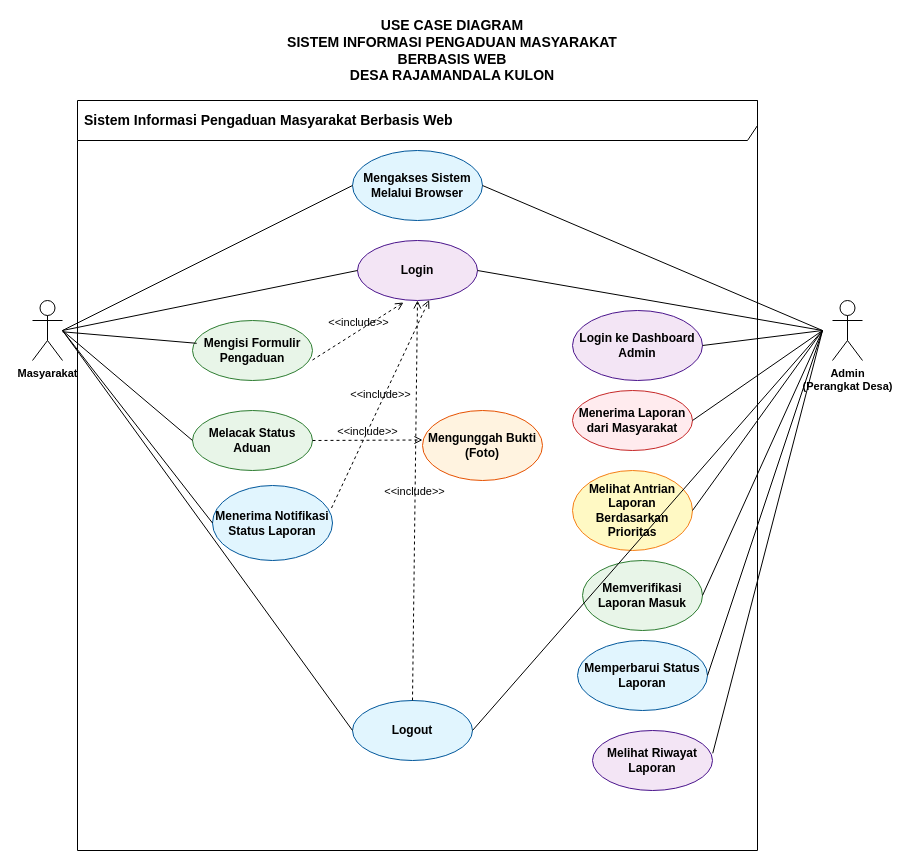
Earlier version of the draw.io diagram use-case.drawio (mzaedan/laporaja). Source tidied: cells renumbered, new cells numbered last; positions are measured from the earlier drawing's top-left corner, leaving out a move shared by most shapes. Both pictures are drawn from the tidied source at 100%, with x=0, y=0 at pixel (32, 20).
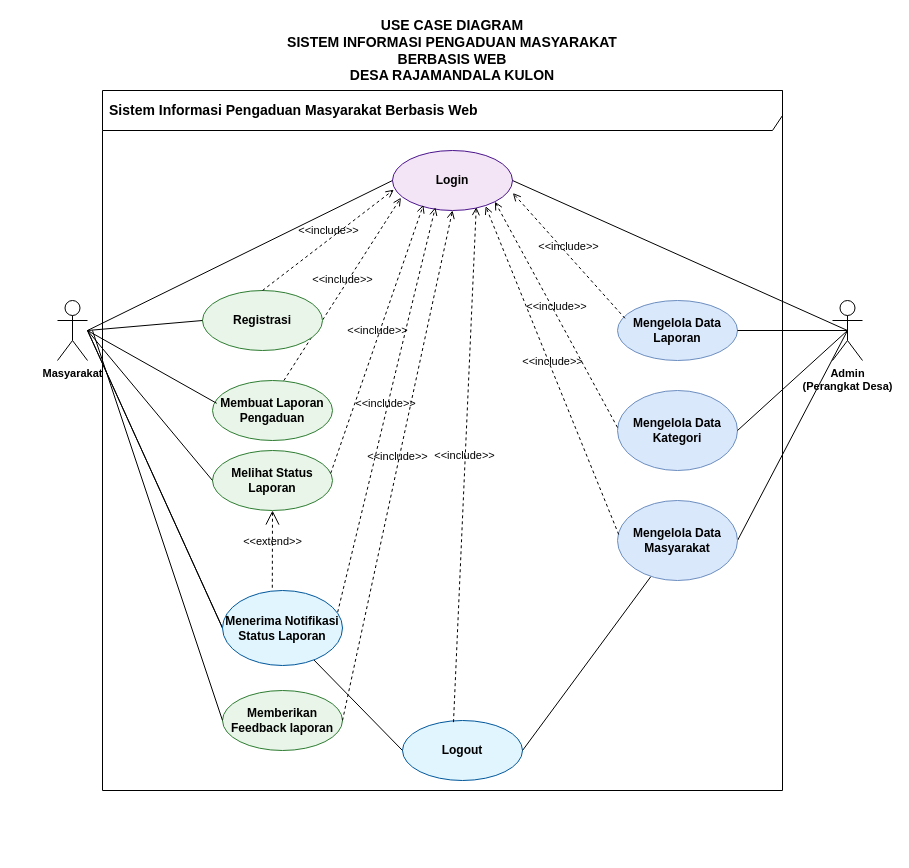
The same diagram, later.

Diff of the diagram source:
```diff
@@
     <mxCell id="3" value="&lt;font style=&quot;font-size: 14px;&quot;&gt;Sistem Informasi Pengaduan Masyarakat Berbasis Web&lt;/font&gt;" style="shape=umlFrame;whiteSpace=wrap;html=1;width=680;height=40;boundedLbl=1;verticalAlign=middle;align=left;spacingLeft=5;fontSize=12;fontStyle=1;" parent="1" vertex="1">
-      <mxGeometry x="45" y="80" width="680" height="750" as="geometry" />
+      <mxGeometry x="70" y="70" width="680" height="700" as="geometry" />
     </mxCell>
     <mxCell id="4" value="Masyarakat" style="shape=umlActor;verticalLabelPosition=bottom;verticalAlign=top;html=1;outlineConnect=0;fontSize=11;fontStyle=1;" parent="1" vertex="1">
-      <mxGeometry y="280" width="30" height="60" as="geometry" />
+      <mxGeometry x="25" y="280" width="30" height="60" as="geometry" />
     </mxCell>
@@
-    <mxCell id="6" value="&lt;font style=&quot;font-size: 12px;&quot;&gt;&lt;b&gt;Mengakses Sistem&lt;br&gt;Melalui Browser&lt;/b&gt;&lt;/font&gt;" style="ellipse;whiteSpace=wrap;html=1;fontSize=10;fillColor=#e1f5fe;strokeColor=#01579b;" parent="1" vertex="1">
-      <mxGeometry x="320" y="130" width="130" height="70" as="geometry" />
-    </mxCell>
     <mxCell id="7" value="&lt;font style=&quot;font-size: 12px;&quot;&gt;&lt;b&gt;Login&lt;/b&gt;&lt;/font&gt;" style="ellipse;whiteSpace=wrap;html=1;fontSize=10;fillColor=#f3e5f5;strokeColor=#4a148c;" parent="1" vertex="1">
-      <mxGeometry x="325" y="220" width="120" height="60" as="geometry" />
+      <mxGeometry x="360" y="130" width="120" height="60" as="geometry" />
     </mxCell>
-    <mxCell id="8" value="&lt;font style=&quot;font-size: 12px;&quot;&gt;&lt;b&gt;Mengisi Formulir&lt;br&gt;Pengaduan&lt;/b&gt;&lt;/font&gt;" style="ellipse;whiteSpace=wrap;html=1;fontSize=10;fillColor=#e8f5e8;strokeColor=#2e7d32;" parent="1" vertex="1">
-      <mxGeometry x="160" y="300" width="120" height="60" as="geometry" />
+    <mxCell id="8" value="&lt;span style=&quot;font-size: 12px;&quot;&gt;&lt;b&gt;Membuat Laporan Pengaduan&lt;/b&gt;&lt;/span&gt;" style="ellipse;whiteSpace=wrap;html=1;fontSize=10;fillColor=#e8f5e8;strokeColor=#2e7d32;" parent="1" vertex="1">
+      <mxGeometry x="180" y="360" width="120" height="60" as="geometry" />
     </mxCell>
-    <mxCell id="9" value="&lt;b&gt;&lt;font style=&quot;font-size: 12px;&quot;&gt;Mengunggah Bukti&lt;br&gt;(Foto)&lt;/font&gt;&lt;/b&gt;" style="ellipse;whiteSpace=wrap;html=1;fontSize=10;fillColor=#fff3e0;strokeColor=#e65100;" parent="1" vertex="1">
-      <mxGeometry x="390" y="390" width="120" height="70" as="geometry" />
-    </mxCell>
-    <mxCell id="10" value="&lt;font style=&quot;font-size: 12px;&quot;&gt;&lt;b&gt;Melacak Status&lt;br&gt;Aduan&lt;/b&gt;&lt;/font&gt;" style="ellipse;whiteSpace=wrap;html=1;fontSize=10;fillColor=#e8f5e8;strokeColor=#2e7d32;" parent="1" vertex="1">
-      <mxGeometry x="160" y="390" width="120" height="60" as="geometry" />
+    <mxCell id="10" value="&lt;span style=&quot;font-size: 12px;&quot;&gt;&lt;b&gt;Melihat Status Laporan&lt;/b&gt;&lt;/span&gt;" style="ellipse;whiteSpace=wrap;html=1;fontSize=10;fillColor=#e8f5e8;strokeColor=#2e7d32;" parent="1" vertex="1">
+      <mxGeometry x="180" y="430" width="120" height="60" as="geometry" />
     </mxCell>
-    <mxCell id="11" value="&lt;b&gt;&lt;font style=&quot;font-size: 12px;&quot;&gt;Menerima Notifikasi&lt;br&gt;Status Laporan&lt;/font&gt;&lt;/b&gt;" style="ellipse;whiteSpace=wrap;html=1;fontSize=10;fillColor=#e1f5fe;strokeColor=#01579b;" parent="1" vertex="1">
-      <mxGeometry x="180" y="465" width="120" height="75" as="geometry" />
-    </mxCell>
-    <mxCell id="12" value="&lt;b&gt;&lt;font style=&quot;font-size: 12px;&quot;&gt;Login ke Dashboard&lt;br&gt;Admin&lt;/font&gt;&lt;/b&gt;" style="ellipse;whiteSpace=wrap;html=1;fontSize=10;fillColor=#f3e5f5;strokeColor=#4a148c;" parent="1" vertex="1">
-      <mxGeometry x="540" y="290" width="130" height="70" as="geometry" />
-    </mxCell>
-    <mxCell id="13" value="&lt;b&gt;&lt;font style=&quot;font-size: 12px;&quot;&gt;Menerima Laporan&lt;br&gt;dari Masyarakat&lt;/font&gt;&lt;/b&gt;" style="ellipse;whiteSpace=wrap;html=1;fontSize=10;fillColor=#ffebee;strokeColor=#c62828;" parent="1" vertex="1">
-      <mxGeometry x="540" y="370" width="120" height="60" as="geometry" />
+    <mxCell id="13" value="&lt;span style=&quot;font-size: 12px;&quot;&gt;&lt;b&gt;Mengelola Data Laporan&lt;/b&gt;&lt;/span&gt;" style="ellipse;whiteSpace=wrap;html=1;fontSize=10;fillColor=#dae8fc;strokeColor=#6c8ebf;" parent="1" vertex="1">
+      <mxGeometry x="585" y="280" width="120" height="60" as="geometry" />
     </mxCell>
-    <mxCell id="14" value="&lt;b&gt;&lt;font style=&quot;font-size: 12px;&quot;&gt;Melihat Antrian&lt;br&gt;Laporan Berdasarkan&lt;br&gt;Prioritas&lt;/font&gt;&lt;/b&gt;" style="ellipse;whiteSpace=wrap;html=1;fontSize=9;fillColor=#fff9c4;strokeColor=#f57f17;" parent="1" vertex="1">
-      <mxGeometry x="540" y="450" width="120" height="80" as="geometry" />
+    <mxCell id="14" value="&lt;span style=&quot;font-size: 12px;&quot;&gt;&lt;b&gt;Mengelola Data Kategori&lt;/b&gt;&lt;/span&gt;" style="ellipse;whiteSpace=wrap;html=1;fontSize=9;fillColor=#dae8fc;strokeColor=#6c8ebf;" parent="1" vertex="1">
+      <mxGeometry x="585" y="370" width="120" height="80" as="geometry" />
     </mxCell>
-    <mxCell id="15" value="&lt;b&gt;&lt;font style=&quot;font-size: 12px;&quot;&gt;Memverifikasi&lt;br&gt;Laporan Masuk&lt;/font&gt;&lt;/b&gt;" style="ellipse;whiteSpace=wrap;html=1;fontSize=10;fillColor=#e8f5e8;strokeColor=#2e7d32;" parent="1" vertex="1">
-      <mxGeometry x="550" y="540" width="120" height="70" as="geometry" />
-    </mxCell>
-    <mxCell id="16" value="&lt;b&gt;&lt;font style=&quot;font-size: 12px;&quot;&gt;Memperbarui Status&lt;br&gt;Laporan&lt;/font&gt;&lt;/b&gt;" style="ellipse;whiteSpace=wrap;html=1;fontSize=10;fillColor=#e1f5fe;strokeColor=#01579b;" parent="1" vertex="1">
-      <mxGeometry x="545" y="620" width="130" height="70" as="geometry" />
-    </mxCell>
-    <mxCell id="17" value="&lt;b&gt;&lt;font style=&quot;font-size: 12px;&quot;&gt;Melihat Riwayat&lt;br&gt;Laporan&lt;/font&gt;&lt;/b&gt;" style="ellipse;whiteSpace=wrap;html=1;fontSize=10;fillColor=#f3e5f5;strokeColor=#4a148c;" parent="1" vertex="1">
-      <mxGeometry x="560" y="710" width="120" height="60" as="geometry" />
-    </mxCell>
-    <mxCell id="18" style="endArrow=none;html=1;rounded=0;entryX=0.035;entryY=0.38;entryDx=0;entryDy=0;entryPerimeter=0;" parent="1" edge="1" source="4" target="8">
-      <mxGeometry relative="1" as="geometry" />
+    <mxCell id="18" style="endArrow=none;html=1;rounded=0;entryX=0.035;entryY=0.38;entryDx=0;entryDy=0;entryPerimeter=0;" parent="1" edge="1" target="8">
+      <mxGeometry relative="1" as="geometry">
+        <mxPoint x="55" y="310" as="sourcePoint" />
+      </mxGeometry>
     </mxCell>
     <mxCell id="19" value="&lt;font style=&quot;font-size: 12px;&quot;&gt;&lt;b&gt;Logout&lt;/b&gt;&lt;/font&gt;" style="ellipse;whiteSpace=wrap;html=1;fontSize=10;fillColor=#e1f5fe;strokeColor=#01579b;" parent="1" vertex="1">
-      <mxGeometry x="320" y="680" width="120" height="60" as="geometry" />
+      <mxGeometry x="370" y="700" width="120" height="60" as="geometry" />
     </mxCell>
-    <mxCell id="20" style="endArrow=none;html=1;rounded=0;entryX=0;entryY=0.5;entryDx=0;entryDy=0;" parent="1" edge="1" target="6">
-      <mxGeometry relative="1" as="geometry">
-        <mxPoint x="30" y="310" as="sourcePoint" />
-      </mxGeometry>
-    </mxCell>
-    <mxCell id="21" style="endArrow=none;html=1;rounded=0;exitX=1;exitY=0.5;exitDx=0;exitDy=0;" parent="1" edge="1" source="6">
-      <mxGeometry relative="1" as="geometry">
-        <mxPoint x="790" y="310" as="targetPoint" />
-      </mxGeometry>
-    </mxCell>
     <mxCell id="22" style="endArrow=none;html=1;rounded=0;entryX=0;entryY=0.5;entryDx=0;entryDy=0;" parent="1" edge="1" target="7">
       <mxGeometry relative="1" as="geometry">
-        <mxPoint x="30" y="310" as="sourcePoint" />
+        <mxPoint x="55" y="310" as="sourcePoint" />
       </mxGeometry>
     </mxCell>
     <mxCell id="23" style="endArrow=none;html=1;rounded=0;exitX=1;exitY=0.5;exitDx=0;exitDy=0;" parent="1" edge="1" source="7">
       <mxGeometry relative="1" as="geometry">
-        <mxPoint x="790" y="310" as="targetPoint" />
+        <mxPoint x="815" y="310" as="targetPoint" />
       </mxGeometry>
     </mxCell>
     <mxCell id="24" style="endArrow=none;html=1;rounded=0;entryX=0;entryY=0.5;entryDx=0;entryDy=0;" parent="1" edge="1" target="10">
       <mxGeometry relative="1" as="geometry">
-        <mxPoint x="30" y="310" as="sourcePoint" />
+        <mxPoint x="55" y="310" as="sourcePoint" />
       </mxGeometry>
     </mxCell>
     <mxCell id="25" style="endArrow=none;html=1;rounded=0;entryX=0;entryY=0.5;entryDx=0;entryDy=0;" parent="1" edge="1" target="11">
       <mxGeometry relative="1" as="geometry">
-        <mxPoint x="30" y="310" as="sourcePoint" />
+        <mxPoint x="55" y="310" as="sourcePoint" />
       </mxGeometry>
     </mxCell>
-    <mxCell id="26" value="&amp;lt;&amp;lt;include&amp;gt;&amp;gt;" style="html=1;verticalAlign=bottom;labelBackgroundColor=none;endArrow=open;endFill=0;dashed=1;rounded=0;exitX=1;exitY=0.5;exitDx=0;exitDy=0;" parent="1" edge="1" source="10">
-      <mxGeometry relative="1" as="geometry">
-        <mxPoint x="390" y="419.5" as="targetPoint" />
-      </mxGeometry>
-    </mxCell>
-    <mxCell id="27" style="endArrow=none;html=1;rounded=0;exitX=1;exitY=0.5;exitDx=0;exitDy=0;" parent="1" edge="1" source="12">
-      <mxGeometry relative="1" as="geometry">
-        <mxPoint x="790" y="310" as="targetPoint" />
-      </mxGeometry>
-    </mxCell>
     <mxCell id="28" style="endArrow=none;html=1;rounded=0;exitX=1;exitY=0.5;exitDx=0;exitDy=0;" parent="1" edge="1" source="13">
       <mxGeometry relative="1" as="geometry">
-        <mxPoint x="790" y="310" as="targetPoint" />
+        <mxPoint x="815" y="310" as="targetPoint" />
       </mxGeometry>
     </mxCell>
     <mxCell id="29" style="endArrow=none;html=1;rounded=0;exitX=1;exitY=0.5;exitDx=0;exitDy=0;" parent="1" edge="1" source="14">
       <mxGeometry relative="1" as="geometry">
-        <mxPoint x="790" y="310" as="targetPoint" />
+        <mxPoint x="815" y="310" as="targetPoint" />
       </mxGeometry>
     </mxCell>
-    <mxCell id="30" style="endArrow=none;html=1;rounded=0;exitX=1;exitY=0.5;exitDx=0;exitDy=0;" parent="1" edge="1" source="15">
-      <mxGeometry relative="1" as="geometry">
-        <mxPoint x="790" y="310" as="targetPoint" />
-      </mxGeometry>
-    </mxCell>
-    <mxCell id="31" style="endArrow=none;html=1;rounded=0;exitX=1;exitY=0.5;exitDx=0;exitDy=0;" parent="1" edge="1" source="16">
-      <mxGeometry relative="1" as="geometry">
-        <mxPoint x="790" y="310" as="targetPoint" />
-      </mxGeometry>
-    </mxCell>
-    <mxCell id="32" style="endArrow=none;html=1;rounded=0;exitX=1.002;exitY=0.38;exitDx=0;exitDy=0;exitPerimeter=0;" parent="1" edge="1" source="17">
-      <mxGeometry relative="1" as="geometry">
-        <mxPoint x="790" y="310" as="targetPoint" />
-      </mxGeometry>
-    </mxCell>
-    <mxCell id="33" style="endArrow=none;html=1;rounded=0;entryX=0;entryY=0.5;entryDx=0;entryDy=0;" parent="1" edge="1" target="19">
-      <mxGeometry relative="1" as="geometry">
-        <mxPoint x="30" y="310" as="sourcePoint" />
-      </mxGeometry>
+    <mxCell id="33" style="endArrow=none;html=1;rounded=0;entryX=0;entryY=0.5;entryDx=0;entryDy=0;" parent="1" edge="1" source="11" target="19">
+      <mxGeometry relative="1" as="geometry" />
     </mxCell>
-    <mxCell id="34" style="endArrow=none;html=1;rounded=0;exitX=1;exitY=0.5;exitDx=0;exitDy=0;" parent="1" edge="1" source="19">
+    <mxCell id="34" style="endArrow=none;html=1;rounded=0;exitX=1;exitY=0.5;exitDx=0;exitDy=0;" parent="1" edge="1" source="47">
       <mxGeometry relative="1" as="geometry">
-        <mxPoint x="790" y="310" as="targetPoint" />
+        <mxPoint x="815" y="310" as="targetPoint" />
       </mxGeometry>
     </mxCell>
-    <mxCell id="35" value="&amp;lt;&amp;lt;include&amp;gt;&amp;gt;" style="html=1;verticalAlign=bottom;labelBackgroundColor=none;endArrow=open;endFill=0;dashed=1;rounded=0;exitX=1;exitY=0.5;exitDx=0;exitDy=0;entryX=0.383;entryY=1.033;entryDx=0;entryDy=0;entryPerimeter=0;" parent="1" edge="1" target="7">
-      <mxGeometry relative="1" as="geometry">
-        <mxPoint x="280" y="339.5" as="sourcePoint" />
-      </mxGeometry>
-    </mxCell>
-    <mxCell id="36" value="&amp;lt;&amp;lt;include&amp;gt;&amp;gt;" style="html=1;verticalAlign=bottom;labelBackgroundColor=none;endArrow=open;endFill=0;dashed=1;rounded=0;exitX=1;exitY=0.5;exitDx=0;exitDy=0;entryX=0.597;entryY=0.993;entryDx=0;entryDy=0;entryPerimeter=0;" parent="1" edge="1" target="7">
-      <mxGeometry relative="1" as="geometry">
-        <mxPoint x="299" y="487.5" as="sourcePoint" />
-      </mxGeometry>
-    </mxCell>
-    <mxCell id="37" value="&amp;lt;&amp;lt;include&amp;gt;&amp;gt;" style="html=1;verticalAlign=bottom;labelBackgroundColor=none;endArrow=open;endFill=0;dashed=1;rounded=0;exitX=1;exitY=0.5;exitDx=0;exitDy=0;entryX=0.5;entryY=1;entryDx=0;entryDy=0;" parent="1" edge="1" target="7">
-      <mxGeometry relative="1" as="geometry">
-        <mxPoint x="380" y="680" as="sourcePoint" />
-      </mxGeometry>
+    <mxCell id="37" value="&amp;lt;&amp;lt;include&amp;gt;&amp;gt;" style="html=1;verticalAlign=bottom;labelBackgroundColor=none;endArrow=open;endFill=0;dashed=1;rounded=0;entryX=0.698;entryY=0.944;entryDx=0;entryDy=0;exitX=0.425;exitY=0.027;exitDx=0;exitDy=0;exitPerimeter=0;entryPerimeter=0;" parent="1" edge="1" source="19" target="7">
+      <mxGeometry relative="1" as="geometry" />
     </mxCell>
+    <mxCell id="38" value="&amp;lt;&amp;lt;extend&amp;gt;&amp;gt;" style="edgeStyle=none;html=1;startArrow=open;endArrow=none;startSize=12;verticalAlign=bottom;dashed=1;labelBackgroundColor=none;rounded=0;entryX=0.415;entryY=-0.021;entryDx=0;entryDy=0;entryPerimeter=0;" parent="1" edge="1" source="10" target="11">
+      <mxGeometry x="0.01" relative="1" as="geometry" />
+    </mxCell>
+    <mxCell id="39" value="&amp;lt;&amp;lt;include&amp;gt;&amp;gt;" style="html=1;verticalAlign=bottom;labelBackgroundColor=none;endArrow=open;endFill=0;dashed=1;rounded=0;entryX=0.257;entryY=0.907;entryDx=0;entryDy=0;entryPerimeter=0;exitX=0.985;exitY=0.38;exitDx=0;exitDy=0;exitPerimeter=0;" parent="1" edge="1" source="10" target="7">
+      <mxGeometry relative="1" as="geometry" />
+    </mxCell>
+    <mxCell id="40" value="&amp;lt;&amp;lt;include&amp;gt;&amp;gt;" style="html=1;verticalAlign=bottom;labelBackgroundColor=none;endArrow=open;endFill=0;dashed=1;rounded=0;entryX=0.07;entryY=0.787;entryDx=0;entryDy=0;entryPerimeter=0;exitX=0.595;exitY=0;exitDx=0;exitDy=0;exitPerimeter=0;" parent="1" edge="1" source="8" target="7">
+      <mxGeometry relative="1" as="geometry" />
+    </mxCell>
+    <mxCell id="41" value="&amp;lt;&amp;lt;include&amp;gt;&amp;gt;" style="html=1;verticalAlign=bottom;labelBackgroundColor=none;endArrow=open;endFill=0;dashed=1;rounded=0;entryX=0.357;entryY=0.947;entryDx=0;entryDy=0;entryPerimeter=0;exitX=0.948;exitY=0.367;exitDx=0;exitDy=0;exitPerimeter=0;" parent="1" edge="1" source="11" target="7">
+      <mxGeometry relative="1" as="geometry" />
+    </mxCell>
+    <mxCell id="42" value="&amp;lt;&amp;lt;include&amp;gt;&amp;gt;" style="html=1;verticalAlign=bottom;labelBackgroundColor=none;endArrow=open;endFill=0;dashed=1;rounded=0;entryX=1.003;entryY=0.709;entryDx=0;entryDy=0;exitX=0.062;exitY=0.297;exitDx=0;exitDy=0;exitPerimeter=0;entryPerimeter=0;" parent="1" edge="1" source="13" target="7">
+      <mxGeometry relative="1" as="geometry" />
+    </mxCell>
+    <mxCell id="43" value="&lt;span style=&quot;font-size: 12px;&quot;&gt;&lt;b&gt;Registrasi&lt;/b&gt;&lt;/span&gt;" style="ellipse;whiteSpace=wrap;html=1;fontSize=10;fillColor=#e8f5e8;strokeColor=#2e7d32;" parent="1" vertex="1">
+      <mxGeometry x="170" y="270" width="120" height="60" as="geometry" />
+    </mxCell>
+    <mxCell id="44" style="endArrow=none;html=1;rounded=0;entryX=0;entryY=0.5;entryDx=0;entryDy=0;" parent="1" edge="1" target="43">
+      <mxGeometry relative="1" as="geometry">
+        <mxPoint x="55" y="310" as="sourcePoint" />
+      </mxGeometry>
+    </mxCell>
+    <mxCell id="45" value="&amp;lt;&amp;lt;include&amp;gt;&amp;gt;" style="html=1;verticalAlign=bottom;labelBackgroundColor=none;endArrow=open;endFill=0;dashed=1;rounded=0;exitX=0.5;exitY=0;exitDx=0;exitDy=0;entryX=0.011;entryY=0.653;entryDx=0;entryDy=0;entryPerimeter=0;" parent="1" edge="1" source="43" target="7">
+      <mxGeometry relative="1" as="geometry" />
+    </mxCell>
+    <mxCell id="46" style="endArrow=none;html=1;rounded=0;exitX=1;exitY=0.5;exitDx=0;exitDy=0;" parent="1" edge="1" source="19" target="47">
+      <mxGeometry relative="1" as="geometry" />
+    </mxCell>
+    <mxCell id="47" value="&lt;span style=&quot;font-size: 12px;&quot;&gt;&lt;b&gt;Mengelola Data Masyarakat&lt;/b&gt;&lt;/span&gt;" style="ellipse;whiteSpace=wrap;html=1;fontSize=9;fillColor=#dae8fc;strokeColor=#6c8ebf;" parent="1" vertex="1">
+      <mxGeometry x="585" y="480" width="120" height="80" as="geometry" />
+    </mxCell>
+    <mxCell id="48" value="&amp;lt;&amp;lt;include&amp;gt;&amp;gt;" style="html=1;verticalAlign=bottom;labelBackgroundColor=none;endArrow=open;endFill=0;dashed=1;rounded=0;entryX=1;entryY=1;entryDx=0;entryDy=0;exitX=0.062;exitY=0.297;exitDx=0;exitDy=0;exitPerimeter=0;" parent="1" edge="1" target="7">
+      <mxGeometry relative="1" as="geometry">
+        <mxPoint x="585" y="407" as="sourcePoint" />
+      </mxGeometry>
+    </mxCell>
+    <mxCell id="49" value="&amp;lt;&amp;lt;include&amp;gt;&amp;gt;" style="html=1;verticalAlign=bottom;labelBackgroundColor=none;endArrow=open;endFill=0;dashed=1;rounded=0;exitX=0.01;exitY=0.425;exitDx=0;exitDy=0;exitPerimeter=0;entryX=0.776;entryY=0.928;entryDx=0;entryDy=0;entryPerimeter=0;" parent="1" edge="1" source="47" target="7">
+      <mxGeometry relative="1" as="geometry" />
+    </mxCell>
+    <mxCell id="50" value="&lt;span style=&quot;font-size: 12px;&quot;&gt;&lt;b&gt;Memberikan Feedback laporan&lt;/b&gt;&lt;/span&gt;" style="ellipse;whiteSpace=wrap;html=1;fontSize=10;fillColor=#e8f5e8;strokeColor=#2e7d32;" parent="1" vertex="1">
+      <mxGeometry x="190" y="670" width="120" height="60" as="geometry" />
+    </mxCell>
+    <mxCell id="51" style="endArrow=none;html=1;rounded=0;entryX=0;entryY=0.5;entryDx=0;entryDy=0;" parent="1" edge="1" target="11">
+      <mxGeometry relative="1" as="geometry">
+        <mxPoint x="55" y="310" as="sourcePoint" />
+      </mxGeometry>
+    </mxCell>
+    <mxCell id="11" value="&lt;b&gt;&lt;font style=&quot;font-size: 12px;&quot;&gt;Menerima Notifikasi&lt;br&gt;Status Laporan&lt;/font&gt;&lt;/b&gt;" style="ellipse;whiteSpace=wrap;html=1;fontSize=10;fillColor=#e1f5fe;strokeColor=#01579b;" parent="1" vertex="1">
+      <mxGeometry x="190" y="570" width="120" height="75" as="geometry" />
+    </mxCell>
+    <mxCell id="52" style="endArrow=none;html=1;rounded=0;entryX=0;entryY=0.5;entryDx=0;entryDy=0;" parent="1" edge="1">
+      <mxGeometry relative="1" as="geometry">
+        <mxPoint x="60" y="310" as="sourcePoint" />
+        <mxPoint x="190" y="700" as="targetPoint" />
+      </mxGeometry>
+    </mxCell>
+    <mxCell id="53" value="&amp;lt;&amp;lt;include&amp;gt;&amp;gt;" style="html=1;verticalAlign=bottom;labelBackgroundColor=none;endArrow=open;endFill=0;dashed=1;rounded=0;entryX=0.5;entryY=1;entryDx=0;entryDy=0;exitX=1;exitY=0.5;exitDx=0;exitDy=0;" parent="1" edge="1" source="50" target="7">
+      <mxGeometry relative="1" as="geometry" />
+    </mxCell>
```
